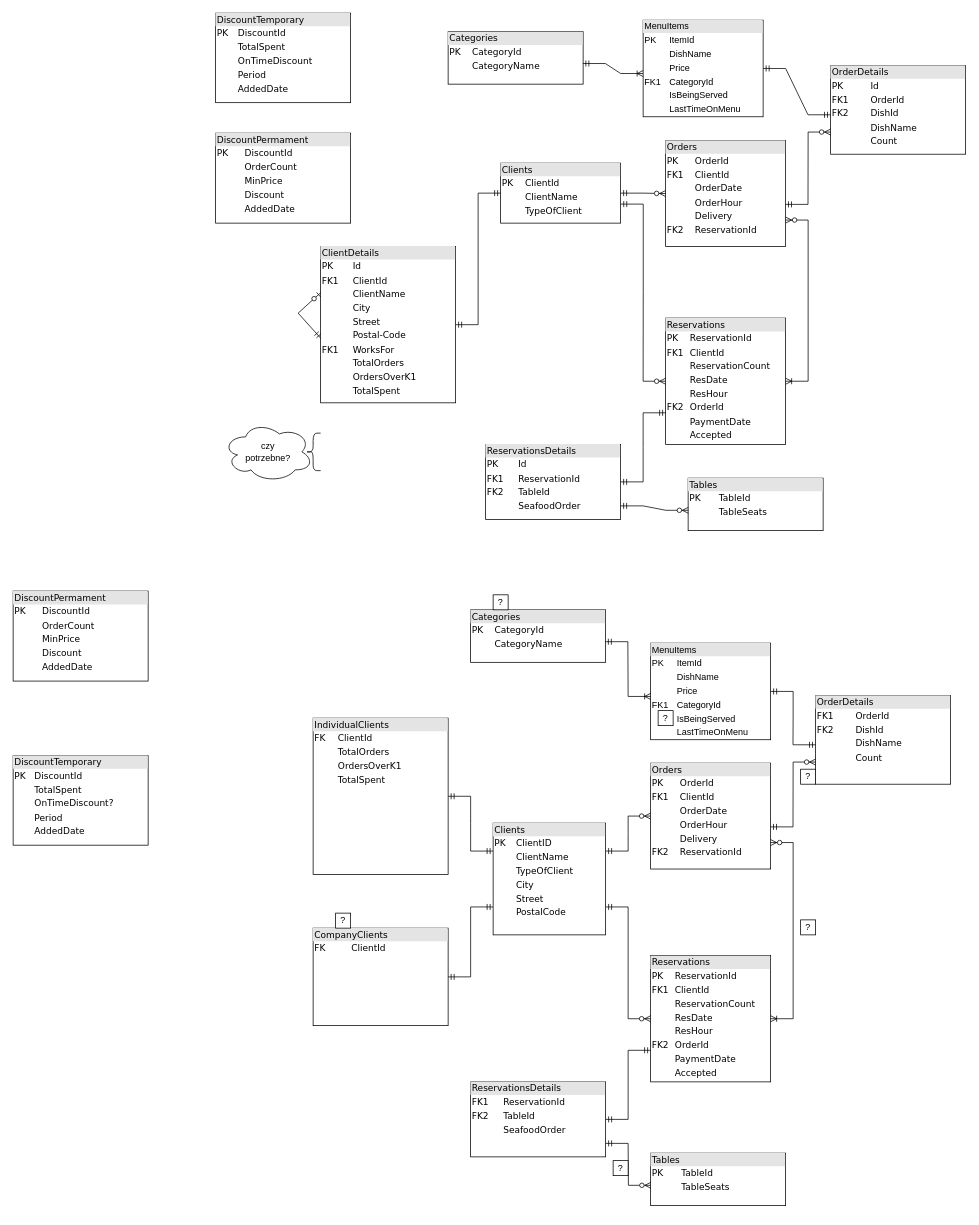
mczajor/DataBases keeps this draw.io diagram as DataBaseSchema.drawio. Above is the earlier version. Source tidied: cells renumbered, new cells numbered last; positions are measured from the earlier drawing's top-left corner, leaving out a move shared by most shapes. Both pictures are drawn from the tidied source at 75%, with x=0, y=0 at pixel (13, 13).
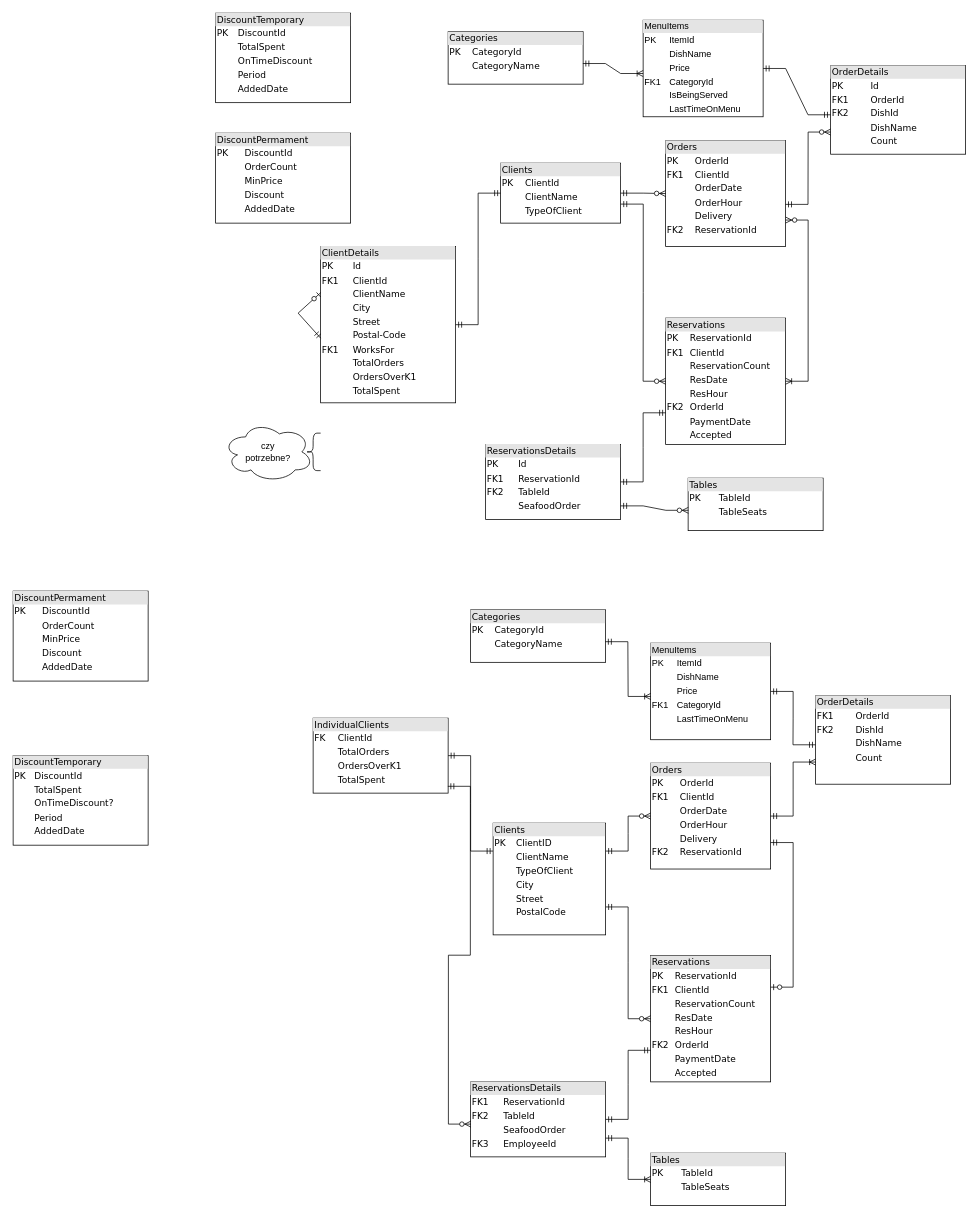
Above is the later version.

The change refers to these unchanged cells:
```xml
<mxCell id="26" value="&lt;div style=&quot;box-sizing: border-box ; width: 100% ; background: #e4e4e4 ; padding: 2px&quot;&gt;Reservations&lt;br&gt;&lt;/div&gt;&lt;table style=&quot;width: 100% ; font-size: 1em&quot; cellspacing=&quot;0&quot; cellpadding=&quot;2&quot;&gt;&lt;tbody&gt;&lt;tr&gt;&lt;td&gt;PK&lt;br&gt;&lt;/td&gt;&lt;td&gt;ReservationId&lt;br&gt;&lt;/td&gt;&lt;/tr&gt;&lt;tr&gt;&lt;td&gt;FK1&lt;br&gt;&lt;/td&gt;&lt;td&gt;ClientId&lt;br&gt;&lt;/td&gt;&lt;/tr&gt;&lt;tr&gt;&lt;td&gt;&lt;br&gt;&lt;/td&gt;&lt;td&gt;ReservationCount&lt;br&gt;&lt;/td&gt;&lt;/tr&gt;&lt;tr&gt;&lt;td&gt;&lt;br&gt;&lt;/td&gt;&lt;td&gt;ResDate&lt;br&gt;&lt;/td&gt;&lt;/tr&gt;&lt;tr&gt;&lt;td&gt;&lt;br&gt;&lt;/td&gt;&lt;td&gt;ResHour&lt;br&gt;&lt;/td&gt;&lt;/tr&gt;&lt;tr&gt;&lt;td&gt;FK2&lt;br&gt;&lt;/td&gt;&lt;td&gt;OrderId&lt;br&gt;&lt;/td&gt;&lt;/tr&gt;&lt;tr&gt;&lt;td&gt;&lt;br&gt;&lt;/td&gt;&lt;td&gt;PaymentDate&lt;br&gt;&lt;/td&gt;&lt;/tr&gt;&lt;tr&gt;&lt;td&gt;&lt;br&gt;&lt;/td&gt;&lt;td&gt;Accepted&lt;br&gt;&lt;/td&gt;&lt;/tr&gt;&lt;/tbody&gt;&lt;/table&gt;" style="verticalAlign=top;align=left;overflow=fill;html=1;rounded=0;shadow=0;comic=0;labelBackgroundColor=none;strokeWidth=1;fontFamily=Verdana;fontSize=12;" parent="1" vertex="1">
  <mxGeometry x="850" y="1256.6" width="160" height="168.4" as="geometry" />
</mxCell>
<mxCell id="27" value="&lt;div style=&quot;box-sizing: border-box ; width: 100% ; background: #e4e4e4 ; padding: 2px&quot;&gt;Orders&lt;/div&gt;&lt;table style=&quot;width: 100% ; font-size: 1em&quot; cellspacing=&quot;0&quot; cellpadding=&quot;2&quot;&gt;&lt;tbody&gt;&lt;tr&gt;&lt;td&gt;PK&lt;br&gt;&lt;/td&gt;&lt;td&gt;OrderId&lt;br&gt;&lt;/td&gt;&lt;/tr&gt;&lt;tr&gt;&lt;td&gt;FK1&lt;br&gt;&lt;/td&gt;&lt;td&gt;ClientId&lt;br&gt;&lt;/td&gt;&lt;/tr&gt;&lt;tr&gt;&lt;td&gt;&lt;br&gt;&lt;/td&gt;&lt;td&gt;OrderDate&lt;br&gt;&lt;/td&gt;&lt;/tr&gt;&lt;tr&gt;&lt;td&gt;&lt;br&gt;&lt;/td&gt;&lt;td&gt;OrderHour&lt;br&gt;&lt;/td&gt;&lt;/tr&gt;&lt;tr&gt;&lt;td&gt;&lt;br&gt;&lt;/td&gt;&lt;td&gt;Delivery&lt;br&gt;&lt;/td&gt;&lt;/tr&gt;&lt;tr&gt;&lt;td&gt;FK2&lt;br&gt;&lt;/td&gt;&lt;td&gt;ReservationId&lt;br&gt;&lt;/td&gt;&lt;/tr&gt;&lt;/tbody&gt;&lt;/table&gt;" style="verticalAlign=top;align=left;overflow=fill;html=1;rounded=0;shadow=0;comic=0;labelBackgroundColor=none;strokeWidth=1;fontFamily=Verdana;fontSize=12;" parent="1" vertex="1">
  <mxGeometry x="850" y="1000" width="160" height="141.2" as="geometry" />
</mxCell>
<mxCell id="29" value="&lt;div style=&quot;box-sizing: border-box ; width: 100% ; background: #e4e4e4 ; padding: 2px&quot;&gt;OrderDetails&lt;/div&gt;&lt;table style=&quot;width: 100% ; font-size: 1em&quot; cellspacing=&quot;0&quot; cellpadding=&quot;2&quot;&gt;&lt;tbody&gt;&lt;tr&gt;&lt;td&gt;FK1&lt;br&gt;&lt;/td&gt;&lt;td&gt;OrderId&lt;br&gt;&lt;/td&gt;&lt;/tr&gt;&lt;tr&gt;&lt;td&gt;FK2&lt;br&gt;&lt;/td&gt;&lt;td&gt;DishId&lt;/td&gt;&lt;/tr&gt;&lt;tr&gt;&lt;td&gt;&lt;br&gt;&lt;/td&gt;&lt;td&gt;DishName&lt;br&gt;&lt;/td&gt;&lt;/tr&gt;&lt;tr&gt;&lt;td&gt;&lt;/td&gt;&lt;td&gt;Count&lt;/td&gt;&lt;/tr&gt;&lt;tr&gt;&lt;td&gt;&lt;br&gt;&lt;/td&gt;&lt;td&gt;&lt;br&gt;&lt;/td&gt;&lt;/tr&gt;&lt;/tbody&gt;&lt;/table&gt;" style="verticalAlign=top;align=left;overflow=fill;html=1;rounded=0;shadow=0;comic=0;labelBackgroundColor=none;strokeWidth=1;fontFamily=Verdana;fontSize=12;" parent="1" vertex="1">
  <mxGeometry x="1070" y="910" width="180" height="118.1" as="geometry" />
</mxCell>
<mxCell id="30" value="&lt;div style=&quot;box-sizing:border-box;width:100%;background:#e4e4e4;padding:2px;&quot;&gt;Tables&lt;/div&gt;&lt;table style=&quot;width:100%;font-size:1em;&quot; cellspacing=&quot;0&quot; cellpadding=&quot;2&quot;&gt;&lt;tbody&gt;&lt;tr&gt;&lt;td&gt;PK&lt;br&gt;&lt;/td&gt;&lt;td&gt;TableId&lt;/td&gt;&lt;/tr&gt;&lt;tr&gt;&lt;td&gt;&lt;br&gt;&lt;/td&gt;&lt;td&gt;TableSeats&lt;/td&gt;&lt;/tr&gt;&lt;/tbody&gt;&lt;/table&gt;" style="verticalAlign=top;align=left;overflow=fill;html=1;rounded=0;shadow=0;comic=0;labelBackgroundColor=none;strokeWidth=1;fontFamily=Verdana;fontSize=12;" parent="1" vertex="1">
  <mxGeometry x="850" y="1520" width="180" height="70" as="geometry" />
</mxCell>
<mxCell id="49" value="&lt;div style=&quot;box-sizing: border-box ; width: 100% ; background: #e4e4e4 ; padding: 2px&quot;&gt;Clients&lt;/div&gt;&lt;table style=&quot;width: 100% ; font-size: 1em&quot; cellspacing=&quot;0&quot; cellpadding=&quot;2&quot;&gt;&lt;tbody&gt;&lt;tr&gt;&lt;td&gt;PK&lt;/td&gt;&lt;td&gt;ClientID&lt;/td&gt;&lt;/tr&gt;&lt;tr&gt;&lt;td&gt;&lt;br&gt;&lt;/td&gt;&lt;td&gt;ClientName&lt;br&gt;&lt;/td&gt;&lt;/tr&gt;&lt;tr&gt;&lt;td&gt;&lt;br&gt;&lt;/td&gt;&lt;td&gt;TypeOfClient&lt;/td&gt;&lt;/tr&gt;&lt;tr&gt;&lt;td&gt;&lt;br&gt;&lt;/td&gt;&lt;td&gt;City&lt;/td&gt;&lt;/tr&gt;&lt;tr&gt;&lt;td&gt;&lt;br&gt;&lt;/td&gt;&lt;td&gt;Street&lt;/td&gt;&lt;/tr&gt;&lt;tr&gt;&lt;td&gt;&lt;br&gt;&lt;/td&gt;&lt;td&gt;PostalCode&lt;/td&gt;&lt;/tr&gt;&lt;/tbody&gt;&lt;/table&gt;" style="verticalAlign=top;align=left;overflow=fill;html=1;rounded=0;shadow=0;comic=0;labelBackgroundColor=none;strokeWidth=1;fontFamily=Verdana;fontSize=12;" parent="1" vertex="1">
  <mxGeometry x="640" y="1080" width="150" height="149" as="geometry" />
</mxCell>
```

The edit, as a diff of the source:
```diff
@@
-    <mxCell id="31" value="&lt;div style=&quot;box-sizing: border-box ; width: 100% ; background: #e4e4e4 ; padding: 2px&quot;&gt;ReservationsDetails&lt;/div&gt;&lt;table style=&quot;width: 100% ; font-size: 1em&quot; cellspacing=&quot;0&quot; cellpadding=&quot;2&quot;&gt;&lt;tbody&gt;&lt;tr&gt;&lt;td&gt;FK1&lt;br&gt;&lt;/td&gt;&lt;td&gt;ReservationId&lt;/td&gt;&lt;/tr&gt;&lt;tr&gt;&lt;td&gt;FK2&lt;br&gt;&lt;/td&gt;&lt;td&gt;TableId&lt;br&gt;&lt;/td&gt;&lt;/tr&gt;&lt;tr&gt;&lt;td&gt;&lt;br&gt;&lt;/td&gt;&lt;td&gt;SeafoodOrder&lt;br&gt;&lt;/td&gt;&lt;/tr&gt;&lt;/tbody&gt;&lt;/table&gt;" style="verticalAlign=top;align=left;overflow=fill;html=1;rounded=0;shadow=0;comic=0;labelBackgroundColor=none;strokeWidth=1;fontFamily=Verdana;fontSize=12;" parent="1" vertex="1">
+    <mxCell id="31" value="&lt;div style=&quot;box-sizing: border-box ; width: 100% ; background: #e4e4e4 ; padding: 2px&quot;&gt;ReservationsDetails&lt;/div&gt;&lt;table style=&quot;width: 100% ; font-size: 1em&quot; cellspacing=&quot;0&quot; cellpadding=&quot;2&quot;&gt;&lt;tbody&gt;&lt;tr&gt;&lt;td&gt;FK1&lt;br&gt;&lt;/td&gt;&lt;td&gt;ReservationId&lt;/td&gt;&lt;/tr&gt;&lt;tr&gt;&lt;td&gt;FK2&lt;br&gt;&lt;/td&gt;&lt;td&gt;TableId&lt;br&gt;&lt;/td&gt;&lt;/tr&gt;&lt;tr&gt;&lt;td&gt;&lt;br&gt;&lt;/td&gt;&lt;td&gt;SeafoodOrder&lt;br&gt;&lt;/td&gt;&lt;/tr&gt;&lt;tr&gt;&lt;td&gt;FK3&lt;br&gt;&lt;/td&gt;&lt;td&gt;EmployeeId&lt;br&gt;&lt;/td&gt;&lt;/tr&gt;&lt;/tbody&gt;&lt;/table&gt;" style="verticalAlign=top;align=left;overflow=fill;html=1;rounded=0;shadow=0;comic=0;labelBackgroundColor=none;strokeWidth=1;fontFamily=Verdana;fontSize=12;" parent="1" vertex="1">
       <mxGeometry x="610" y="1425" width="180" height="100" as="geometry" />
     </mxCell>
-    <mxCell id="32" value="&lt;div style=&quot;box-sizing:border-box;width:100%;background:#e4e4e4;padding:2px;&quot;&gt;MenuItems&lt;/div&gt;&lt;table style=&quot;width:100%;font-size:1em;&quot; cellspacing=&quot;0&quot; cellpadding=&quot;2&quot;&gt;&lt;tbody&gt;&lt;tr&gt;&lt;td&gt;PK&lt;br&gt;&lt;/td&gt;&lt;td&gt;ItemId&lt;/td&gt;&lt;/tr&gt;&lt;tr&gt;&lt;td&gt;&lt;br&gt;&lt;/td&gt;&lt;td&gt;DishName&lt;br&gt;&lt;/td&gt;&lt;/tr&gt;&lt;tr&gt;&lt;td&gt;&lt;br&gt;&lt;/td&gt;&lt;td&gt;Price&lt;br&gt;&lt;/td&gt;&lt;/tr&gt;&lt;tr&gt;&lt;td&gt;FK1&lt;/td&gt;&lt;td&gt;CategoryId&lt;/td&gt;&lt;/tr&gt;&lt;tr&gt;&lt;td&gt;&lt;br&gt;&lt;/td&gt;&lt;td&gt;IsBeingServed&lt;br&gt;&lt;/td&gt;&lt;/tr&gt;&lt;tr&gt;&lt;td&gt;&lt;br&gt;&lt;/td&gt;&lt;td&gt;LastTimeOnMenu&lt;br&gt;&lt;/td&gt;&lt;/tr&gt;&lt;/tbody&gt;&lt;/table&gt;" style="verticalAlign=top;align=left;overflow=fill;html=1;" parent="1" vertex="1">
+    <mxCell id="32" value="&lt;div style=&quot;box-sizing:border-box;width:100%;background:#e4e4e4;padding:2px;&quot;&gt;MenuItems&lt;/div&gt;&lt;table style=&quot;width:100%;font-size:1em;&quot; cellspacing=&quot;0&quot; cellpadding=&quot;2&quot;&gt;&lt;tbody&gt;&lt;tr&gt;&lt;td&gt;PK&lt;br&gt;&lt;/td&gt;&lt;td&gt;ItemId&lt;/td&gt;&lt;/tr&gt;&lt;tr&gt;&lt;td&gt;&lt;br&gt;&lt;/td&gt;&lt;td&gt;DishName&lt;br&gt;&lt;/td&gt;&lt;/tr&gt;&lt;tr&gt;&lt;td&gt;&lt;br&gt;&lt;/td&gt;&lt;td&gt;Price&lt;br&gt;&lt;/td&gt;&lt;/tr&gt;&lt;tr&gt;&lt;td&gt;FK1&lt;/td&gt;&lt;td&gt;CategoryId&lt;/td&gt;&lt;/tr&gt;&lt;tr&gt;&lt;td&gt;&lt;br&gt;&lt;/td&gt;&lt;td&gt;LastTimeOnMenu&lt;br&gt;&lt;/td&gt;&lt;/tr&gt;&lt;/tbody&gt;&lt;/table&gt;" style="verticalAlign=top;align=left;overflow=fill;html=1;" parent="1" vertex="1">
       <mxGeometry x="850" y="840" width="160" height="128.8" as="geometry" />
     </mxCell>
@@
-    <mxCell id="38" style="edgeStyle=entityRelationEdgeStyle;fontSize=12;html=1;endArrow=ERzeroToMany;startArrow=ERmandOne;rounded=0;exitX=0.999;exitY=0.602;exitDx=0;exitDy=0;exitPerimeter=0;entryX=0;entryY=0.75;entryDx=0;entryDy=0;" parent="1" edge="1" source="27" target="29">
-      <mxGeometry relative="1" as="geometry" />
-    </mxCell>
@@
-    <mxCell id="41" style="edgeStyle=entityRelationEdgeStyle;fontSize=12;html=1;endArrow=ERoneToMany;startArrow=ERzeroToMany;rounded=0;exitX=1;exitY=0.75;exitDx=0;exitDy=0;" parent="1" edge="1" source="27" target="26">
-      <mxGeometry relative="1" as="geometry" />
-    </mxCell>
@@
-    <mxCell id="43" style="edgeStyle=entityRelationEdgeStyle;fontSize=12;html=1;endArrow=ERzeroToMany;startArrow=ERmandOne;rounded=0;exitX=1;exitY=0.82;exitDx=0;exitDy=0;exitPerimeter=0;entryX=0.002;entryY=0.613;entryDx=0;entryDy=0;entryPerimeter=0;" parent="1" edge="1" source="31" target="30">
-      <mxGeometry relative="1" as="geometry" />
-    </mxCell>
     <mxCell id="44" value="&lt;div style=&quot;box-sizing: border-box ; width: 100% ; background: #e4e4e4 ; padding: 2px&quot;&gt;IndividualClients&lt;/div&gt;&lt;table style=&quot;width: 100% ; font-size: 1em&quot; cellspacing=&quot;0&quot; cellpadding=&quot;2&quot;&gt;&lt;tbody&gt;&lt;tr&gt;&lt;td&gt;FK&lt;/td&gt;&lt;td&gt;ClientId&lt;/td&gt;&lt;/tr&gt;&lt;tr&gt;&lt;td&gt;&lt;br&gt;&lt;/td&gt;&lt;td&gt;TotalOrders&lt;br&gt;&lt;/td&gt;&lt;/tr&gt;&lt;tr&gt;&lt;td&gt;&lt;br&gt;&lt;/td&gt;&lt;td&gt;OrdersOverK1&lt;br&gt;&lt;/td&gt;&lt;/tr&gt;&lt;tr&gt;&lt;td&gt;&lt;br&gt;&lt;/td&gt;&lt;td&gt;TotalSpent&lt;br&gt;&lt;/td&gt;&lt;/tr&gt;&lt;/tbody&gt;&lt;/table&gt;" style="verticalAlign=top;align=left;overflow=fill;html=1;rounded=0;shadow=0;comic=0;labelBackgroundColor=none;strokeWidth=1;fontFamily=Verdana;fontSize=12;" parent="1" vertex="1">
-      <mxGeometry x="400" y="940" width="180" height="208.4" as="geometry" />
+      <mxGeometry x="400" y="940" width="180" height="100" as="geometry" />
     </mxCell>
-    <mxCell id="45" value="&lt;div style=&quot;box-sizing: border-box ; width: 100% ; background: #e4e4e4 ; padding: 2px&quot;&gt;CompanyClients&lt;/div&gt;&lt;table style=&quot;width: 100% ; font-size: 1em&quot; cellspacing=&quot;0&quot; cellpadding=&quot;2&quot;&gt;&lt;tbody&gt;&lt;tr&gt;&lt;td&gt;FK&lt;/td&gt;&lt;td&gt;ClientId&lt;/td&gt;&lt;/tr&gt;&lt;/tbody&gt;&lt;/table&gt;" style="verticalAlign=top;align=left;overflow=fill;html=1;rounded=0;shadow=0;comic=0;labelBackgroundColor=none;strokeWidth=1;fontFamily=Verdana;fontSize=12;" parent="1" vertex="1">
-      <mxGeometry x="400" y="1220" width="180" height="130" as="geometry" />
-    </mxCell>
-    <mxCell id="46" style="edgeStyle=orthogonalEdgeStyle;rounded=0;orthogonalLoop=1;jettySize=auto;html=1;exitX=0.5;exitY=1;exitDx=0;exitDy=0;" parent="1" edge="1" source="45" target="45">
-      <mxGeometry relative="1" as="geometry" />
+    <mxCell id="46" style="edgeStyle=orthogonalEdgeStyle;rounded=0;orthogonalLoop=1;jettySize=auto;html=1;exitX=0.5;exitY=1;exitDx=0;exitDy=0;" parent="1" edge="1">
+      <mxGeometry relative="1" as="geometry">
+        <mxPoint x="490" y="1350" as="sourcePoint" />
+        <mxPoint x="490" y="1350" as="targetPoint" />
+      </mxGeometry>
     </mxCell>
@@
-    <mxCell id="48" style="edgeStyle=entityRelationEdgeStyle;fontSize=12;html=1;endArrow=ERmandOne;startArrow=ERmandOne;rounded=0;exitX=1;exitY=0.5;exitDx=0;exitDy=0;entryX=0;entryY=0.75;entryDx=0;entryDy=0;" parent="1" edge="1" source="45" target="49">
-      <mxGeometry relative="1" as="geometry" />
-    </mxCell>
@@
-    <mxCell id="50" value="?" style="rounded=0;whiteSpace=wrap;html=1;" parent="1" vertex="1">
-      <mxGeometry x="1050" y="1008.1" width="20" height="20" as="geometry" />
-    </mxCell>
-    <mxCell id="51" value="?" style="rounded=0;whiteSpace=wrap;html=1;" parent="1" vertex="1">
-      <mxGeometry x="430" y="1200" width="20" height="20" as="geometry" />
-    </mxCell>
-    <mxCell id="52" value="?" style="rounded=0;whiteSpace=wrap;html=1;" parent="1" vertex="1">
-      <mxGeometry x="640" y="775.6" width="20" height="20" as="geometry" />
-    </mxCell>
-    <mxCell id="53" value="?" style="rounded=0;whiteSpace=wrap;html=1;" parent="1" vertex="1">
-      <mxGeometry x="860" y="930" width="20" height="20" as="geometry" />
-    </mxCell>
-    <mxCell id="54" value="?" style="rounded=0;whiteSpace=wrap;html=1;" parent="1" vertex="1">
-      <mxGeometry x="1050" y="1209" width="20" height="20" as="geometry" />
-    </mxCell>
-    <mxCell id="55" value="?" style="rounded=0;whiteSpace=wrap;html=1;" parent="1" vertex="1">
-      <mxGeometry x="800" y="1530" width="20" height="20" as="geometry" />
-    </mxCell>
+    <mxCell id="38" style="edgeStyle=entityRelationEdgeStyle;fontSize=12;html=1;endArrow=ERoneToMany;startArrow=ERmandOne;rounded=0;exitX=1;exitY=0.5;exitDx=0;exitDy=0;entryX=0;entryY=0.75;entryDx=0;entryDy=0;" parent="1" edge="1" source="27" target="29">
+      <mxGeometry relative="1" as="geometry" />
+    </mxCell>
+    <mxCell id="41" style="edgeStyle=entityRelationEdgeStyle;fontSize=12;html=1;endArrow=ERzeroToOne;startArrow=ERmandOne;rounded=0;entryX=1;entryY=0.25;entryDx=0;entryDy=0;exitX=1;exitY=0.75;exitDx=0;exitDy=0;" parent="1" edge="1" source="27" target="26">
+      <mxGeometry relative="1" as="geometry" />
+    </mxCell>
+    <mxCell id="43" style="edgeStyle=entityRelationEdgeStyle;fontSize=12;html=1;endArrow=ERoneToMany;startArrow=ERmandOne;rounded=0;exitX=1;exitY=0.75;exitDx=0;exitDy=0;entryX=0;entryY=0.5;entryDx=0;entryDy=0;" parent="1" edge="1" source="31" target="30">
+      <mxGeometry relative="1" as="geometry" />
+    </mxCell>
+    <mxCell id="56" style="edgeStyle=entityRelationEdgeStyle;fontSize=12;html=1;endArrow=ERzeroToMany;startArrow=ERmandOne;rounded=0;entryX=0.002;entryY=0.563;entryDx=0;entryDy=0;entryPerimeter=0;exitX=0.998;exitY=0.909;exitDx=0;exitDy=0;exitPerimeter=0;" parent="1" edge="1" source="44" target="31">
+      <mxGeometry relative="1" as="geometry" />
+    </mxCell>
```
